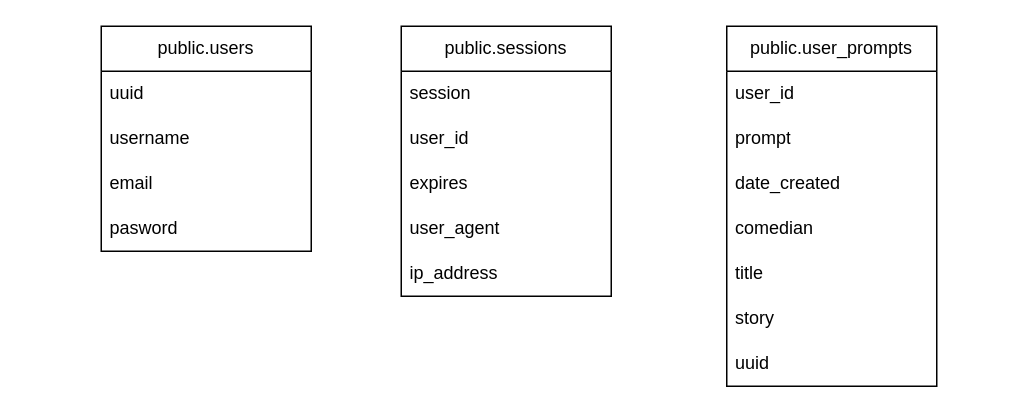
PabloCerezoM/sorna-backend keeps this draw.io diagram as documentation/schema_DB.drawio. Above is the earlier version. Source tidied: cells renumbered, new cells numbered last; positions are measured from the earlier drawing's top-left corner, leaving out a move shared by most shapes. Both pictures are drawn from the tidied source at 150%, with x=0, y=0 at pixel (100, 26).
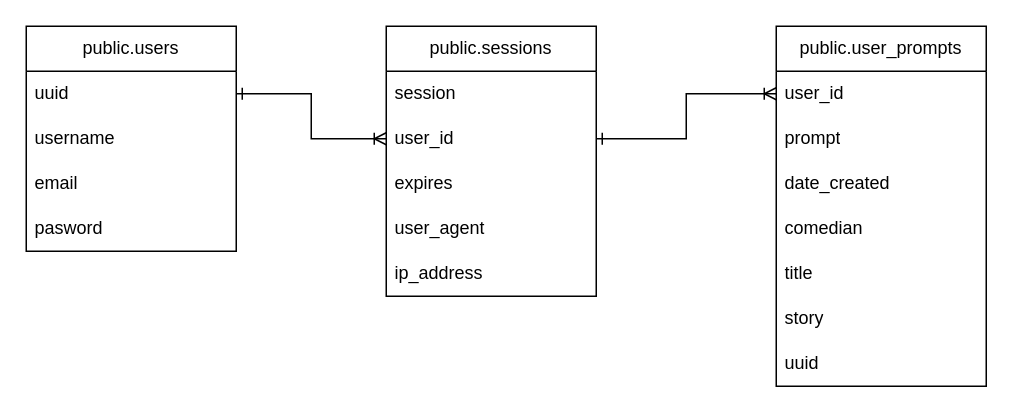
After the change.

Commit message:
Update database schema for user and session relationships

Unchanged cells that the change refers to:
```xml
<mxCell id="3" value="uuid" style="text;strokeColor=none;fillColor=none;align=left;verticalAlign=middle;spacingLeft=4;spacingRight=4;overflow=hidden;points=[[0,0.5],[1,0.5]];portConstraint=eastwest;whiteSpace=wrap;html=1;" parent="2" vertex="1">
  <mxGeometry y="30" width="140" height="30" as="geometry" />
</mxCell>
<mxCell id="9" value="user_id" style="text;strokeColor=none;fillColor=none;align=left;verticalAlign=middle;spacingLeft=4;spacingRight=4;overflow=hidden;points=[[0,0.5],[1,0.5]];portConstraint=eastwest;whiteSpace=wrap;html=1;" parent="7" vertex="1">
  <mxGeometry y="60" width="140" height="30" as="geometry" />
</mxCell>
<mxCell id="14" value="user_id" style="text;strokeColor=none;fillColor=none;align=left;verticalAlign=middle;spacingLeft=4;spacingRight=4;overflow=hidden;points=[[0,0.5],[1,0.5]];portConstraint=eastwest;whiteSpace=wrap;html=1;" parent="13" vertex="1">
  <mxGeometry y="30" width="140" height="30" as="geometry" />
</mxCell>
```

Change to the diagram source:
```diff
@@
     <mxCell id="2" value="public.users" style="swimlane;fontStyle=0;horizontal=1;startSize=30;whiteSpace=wrap;html=1;" parent="1" vertex="1">
-      <mxGeometry width="140" height="150" as="geometry" />
+      <mxGeometry x="-50" width="140" height="150" as="geometry" />
     </mxCell>
@@
     <mxCell id="7" value="public.sessions" style="swimlane;fontStyle=0;horizontal=1;startSize=30;whiteSpace=wrap;html=1;" parent="1" vertex="1">
-      <mxGeometry x="200" width="140" height="180" as="geometry" />
+      <mxGeometry x="190" width="140" height="180" as="geometry" />
     </mxCell>
@@
     <mxCell id="13" value="public.user_prompts" style="swimlane;fontStyle=0;horizontal=1;startSize=30;whiteSpace=wrap;html=1;" parent="1" vertex="1">
-      <mxGeometry x="417" width="140" height="240" as="geometry" />
+      <mxGeometry x="450" width="140" height="240" as="geometry" />
     </mxCell>
@@
+    <mxCell id="21" style="edgeStyle=orthogonalEdgeStyle;rounded=0;jettySize=auto;html=1;entryX=0;entryY=0.5;entryDx=0;entryDy=0;endArrow=ERoneToMany;endFill=0;startArrow=ERone;startFill=0;" parent="1" edge="1" source="3" target="9">
+      <mxGeometry relative="1" as="geometry" />
+    </mxCell>
+    <mxCell id="22" style="edgeStyle=orthogonalEdgeStyle;rounded=0;jettySize=auto;html=1;endArrow=ERoneToMany;endFill=0;startArrow=ERone;startFill=0;" parent="1" edge="1" source="9" target="14">
+      <mxGeometry relative="1" as="geometry" />
+    </mxCell>
```
